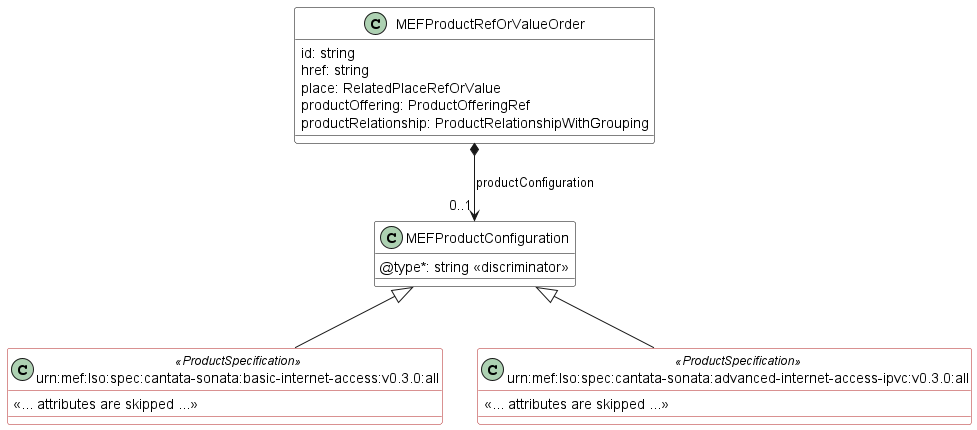
Earlier version of the PlantUML export documentation/productSchema/ip/internetAccess/MEF 139 resources/media/extension_pattern.png (MEF-GIT/MEF-LSO-Sonata-SDK). The source it was exported from:
```plantuml
@startuml
skinparam {
    ClassBackgroundColor White
    ClassBorderColor Black
    ClassBorderColor<<ProductSpecification>> FireBrick
}
set namespaceSeparator none

class MEFProductRefOrValueOrder{

    id: string
    href: string
    place: RelatedPlaceRefOrValue
    productOffering: ProductOfferingRef
    productRelationship: ProductRelationshipWithGrouping

}


class MEFProductConfiguration {
    @type*: string <<discriminator>>
}


MEFProductRefOrValueOrder *-->"0..1" MEFProductConfiguration : productConfiguration

class urn:mef:lso:spec:cantata-sonata:basic-internet-access:v0.3.0:all <<ProductSpecification>> {

    <<... attributes are skipped ...>>
}
MEFProductConfiguration <|-- "urn:mef:lso:spec:cantata-sonata:basic-internet-access:v0.3.0:all"



class urn:mef:lso:spec:cantata-sonata:advanced-internet-access-ipvc:v0.3.0:all <<ProductSpecification>> {

    <<... attributes are skipped ...>>
}
MEFProductConfiguration <|-- "urn:mef:lso:spec:cantata-sonata:advanced-internet-access-ipvc:v0.3.0:all"

@enduml
```
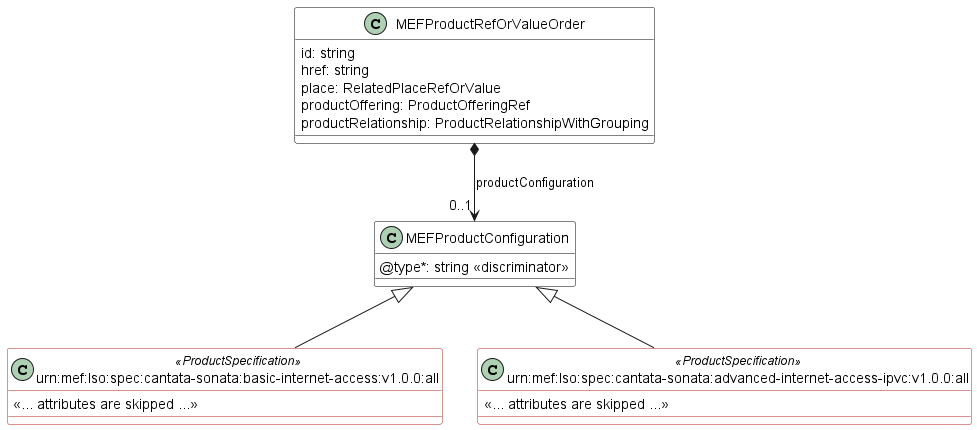
The same diagram one commit later.

What changed in the source:
```diff
@@ -24,18 +24,18 @@
 
 MEFProductRefOrValueOrder *-->"0..1" MEFProductConfiguration : productConfiguration
 
-class urn:mef:lso:spec:cantata-sonata:basic-internet-access:v0.3.0:all <<ProductSpecification>> {
+class urn:mef:lso:spec:cantata-sonata:basic-internet-access:v1.0.0:all <<ProductSpecification>> {
 
     <<... attributes are skipped ...>>
 }
-MEFProductConfiguration <|-- "urn:mef:lso:spec:cantata-sonata:basic-internet-access:v0.3.0:all"
+MEFProductConfiguration <|-- "urn:mef:lso:spec:cantata-sonata:basic-internet-access:v1.0.0:all"
 
 
 
-class urn:mef:lso:spec:cantata-sonata:advanced-internet-access-ipvc:v0.3.0:all <<ProductSpecification>> {
+class urn:mef:lso:spec:cantata-sonata:advanced-internet-access-ipvc:v1.0.0:all <<ProductSpecification>> {
 
     <<... attributes are skipped ...>>
 }
-MEFProductConfiguration <|-- "urn:mef:lso:spec:cantata-sonata:advanced-internet-access-ipvc:v0.3.0:all"
+MEFProductConfiguration <|-- "urn:mef:lso:spec:cantata-sonata:advanced-internet-access-ipvc:v1.0.0:all"
 
 @enduml
```
